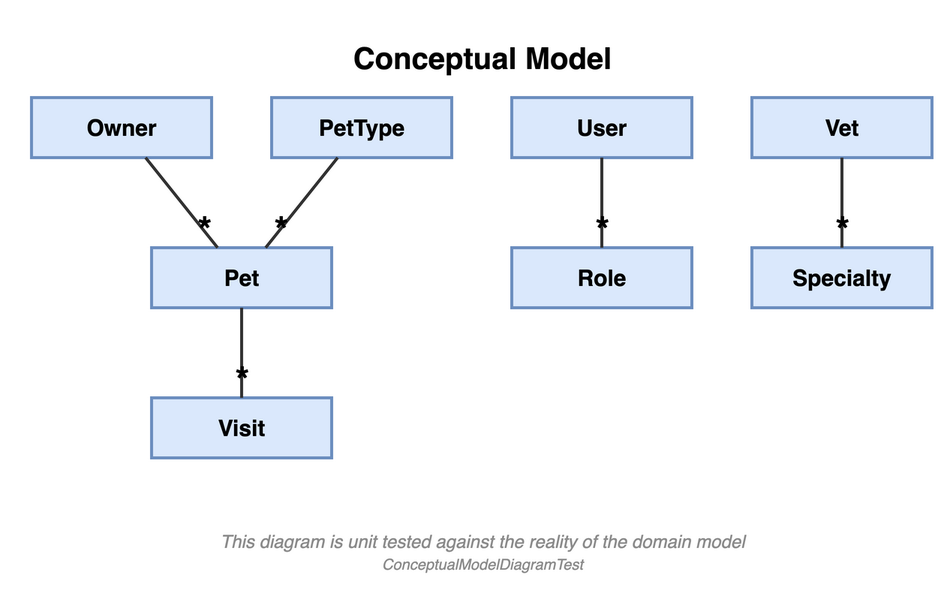
This is petclinic-backend/docs/ConceptualModel.drawio.png from victorrentea/petclinic, a draw.io export, as it was before one commit. Source tidied: cells renumbered, new cells last; positions are measured from the earlier drawing's top-left corner, leaving out a move shared by most shapes.
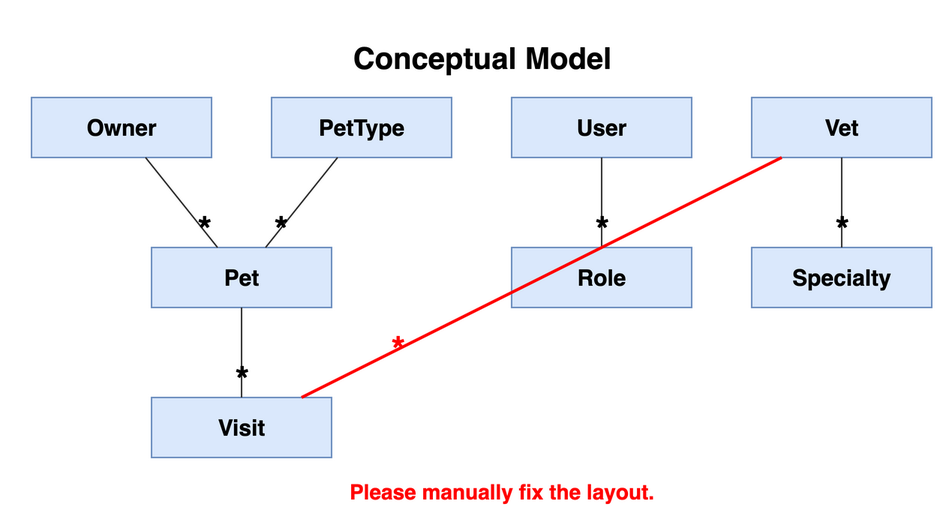
The same diagram one commit later.

What changed in the source:
```diff
@@ -5,62 +5,68 @@
     <mxCell id="2" value="Conceptual Model" style="text;html=1;fontSize=20;fontStyle=1;align=center;" parent="1" vertex="1">
       <mxGeometry x="110" width="380" height="30" as="geometry" />
     </mxCell>
-    <mxCell id="3" value="Owner" style="rounded=0;whiteSpace=wrap;html=1;fillColor=#dae8fc;strokeColor=#6c8ebf;fontSize=15;fontStyle=1;strokeWidth=2;" parent="1" vertex="1">
+    <mxCell id="3" value="Owner" style="rounded=0;whiteSpace=wrap;html=1;fillColor=#dae8fc;strokeColor=#6c8ebf;fontSize=15;fontStyle=1;" parent="1" vertex="1">
       <mxGeometry y="45" width="120" height="40" as="geometry" />
     </mxCell>
-    <mxCell id="4" value="PetType" style="rounded=0;whiteSpace=wrap;html=1;fillColor=#dae8fc;strokeColor=#6c8ebf;fontSize=15;fontStyle=1;strokeWidth=2;" parent="1" vertex="1">
+    <mxCell id="4" value="PetType" style="rounded=0;whiteSpace=wrap;html=1;fillColor=#dae8fc;strokeColor=#6c8ebf;fontSize=15;fontStyle=1;" parent="1" vertex="1">
       <mxGeometry x="160" y="45" width="120" height="40" as="geometry" />
     </mxCell>
-    <mxCell id="5" value="User" style="rounded=0;whiteSpace=wrap;html=1;fillColor=#dae8fc;strokeColor=#6c8ebf;fontSize=15;fontStyle=1;strokeWidth=2;" parent="1" vertex="1">
+    <mxCell id="5" value="User" style="rounded=0;whiteSpace=wrap;html=1;fillColor=#dae8fc;strokeColor=#6c8ebf;fontSize=15;fontStyle=1;" parent="1" vertex="1">
       <mxGeometry x="320" y="45" width="120" height="40" as="geometry" />
     </mxCell>
-    <mxCell id="6" value="Vet" style="rounded=0;whiteSpace=wrap;html=1;fillColor=#dae8fc;strokeColor=#6c8ebf;fontSize=15;fontStyle=1;strokeWidth=2;" parent="1" vertex="1">
+    <mxCell id="6" value="Vet" style="rounded=0;whiteSpace=wrap;html=1;fillColor=#dae8fc;strokeColor=#6c8ebf;fontSize=15;fontStyle=1;" parent="1" vertex="1">
       <mxGeometry x="480" y="45" width="120" height="40" as="geometry" />
     </mxCell>
-    <mxCell id="7" value="Pet" style="rounded=0;whiteSpace=wrap;html=1;fillColor=#dae8fc;strokeColor=#6c8ebf;fontSize=15;fontStyle=1;strokeWidth=2;" parent="1" vertex="1">
+    <mxCell id="7" value="Pet" style="rounded=0;whiteSpace=wrap;html=1;fillColor=#dae8fc;strokeColor=#6c8ebf;fontSize=15;fontStyle=1;" parent="1" vertex="1">
       <mxGeometry x="80" y="145" width="120" height="40" as="geometry" />
     </mxCell>
-    <mxCell id="8" value="Role" style="rounded=0;whiteSpace=wrap;html=1;fillColor=#dae8fc;strokeColor=#6c8ebf;fontSize=15;fontStyle=1;strokeWidth=2;" parent="1" vertex="1">
+    <mxCell id="8" value="Role" style="rounded=0;whiteSpace=wrap;html=1;fillColor=#dae8fc;strokeColor=#6c8ebf;fontSize=15;fontStyle=1;" parent="1" vertex="1">
       <mxGeometry x="320" y="145" width="120" height="40" as="geometry" />
     </mxCell>
-    <mxCell id="9" value="Specialty" style="rounded=0;whiteSpace=wrap;html=1;fillColor=#dae8fc;strokeColor=#6c8ebf;fontSize=15;fontStyle=1;strokeWidth=2;" parent="1" vertex="1">
+    <mxCell id="9" value="Specialty" style="rounded=0;whiteSpace=wrap;html=1;fillColor=#dae8fc;strokeColor=#6c8ebf;fontSize=15;fontStyle=1;" parent="1" vertex="1">
       <mxGeometry x="480" y="145" width="120" height="40" as="geometry" />
     </mxCell>
-    <mxCell id="10" value="Visit" style="rounded=0;whiteSpace=wrap;html=1;fillColor=#dae8fc;strokeColor=#6c8ebf;fontSize=15;fontStyle=1;strokeWidth=2;" parent="1" vertex="1">
+    <mxCell id="10" value="Visit" style="rounded=0;whiteSpace=wrap;html=1;fillColor=#dae8fc;strokeColor=#6c8ebf;fontSize=15;fontStyle=1;" parent="1" vertex="1">
       <mxGeometry x="80" y="245" width="120" height="40" as="geometry" />
     </mxCell>
-    <mxCell id="11" style="endArrow=none;html=1;strokeColor=#333333;fontSize=12;strokeWidth=2;" parent="1" edge="1" source="3" target="7">
+    <mxCell id="11" style="endArrow=none;html=1;strokeColor=#333333;fontSize=12;" parent="1" edge="1" source="3" target="7">
       <mxGeometry relative="1" as="geometry" />
     </mxCell>
     <mxCell id="12" value="*" style="edgeLabel;html=1;align=center;verticalAlign=middle;fontSize=24;fontStyle=1;labelBackgroundColor=none;" parent="11" vertex="1">
       <mxGeometry x="0.6" relative="1" as="geometry" />
     </mxCell>
-    <mxCell id="13" style="endArrow=none;html=1;strokeColor=#333333;fontSize=12;strokeWidth=2;" parent="1" edge="1" source="4" target="7">
+    <mxCell id="13" style="endArrow=none;html=1;strokeColor=#333333;fontSize=12;" parent="1" edge="1" source="4" target="7">
       <mxGeometry relative="1" as="geometry" />
     </mxCell>
     <mxCell id="14" value="*" style="edgeLabel;html=1;align=center;verticalAlign=middle;fontSize=24;fontStyle=1;labelBackgroundColor=none;" parent="13" vertex="1">
       <mxGeometry x="0.6" relative="1" as="geometry" />
     </mxCell>
-    <mxCell id="15" style="endArrow=none;html=1;strokeColor=#333333;fontSize=12;strokeWidth=2;" parent="1" edge="1" source="7" target="10">
+    <mxCell id="15" style="endArrow=none;html=1;strokeColor=#333333;fontSize=12;" parent="1" edge="1" source="7" target="10">
       <mxGeometry relative="1" as="geometry" />
     </mxCell>
     <mxCell id="16" value="*" style="edgeLabel;html=1;align=center;verticalAlign=middle;fontSize=24;fontStyle=1;labelBackgroundColor=none;" parent="15" vertex="1">
       <mxGeometry x="0.6" relative="1" as="geometry" />
     </mxCell>
-    <mxCell id="17" style="endArrow=none;html=1;strokeColor=#333333;fontSize=12;strokeWidth=2;" parent="1" edge="1" source="5" target="8">
+    <mxCell id="17" style="endArrow=none;html=1;strokeColor=#333333;fontSize=12;" parent="1" edge="1" source="5" target="8">
       <mxGeometry relative="1" as="geometry" />
     </mxCell>
     <mxCell id="18" value="*" style="edgeLabel;html=1;align=center;verticalAlign=middle;fontSize=24;fontStyle=1;labelBackgroundColor=none;" parent="17" vertex="1">
       <mxGeometry x="0.6" relative="1" as="geometry" />
     </mxCell>
-    <mxCell id="19" style="endArrow=none;html=1;strokeColor=#333333;fontSize=12;strokeWidth=2;" parent="1" edge="1" source="6" target="9">
+    <mxCell id="19" style="endArrow=none;html=1;strokeColor=#333333;fontSize=12;" parent="1" edge="1" source="6" target="9">
       <mxGeometry relative="1" as="geometry" />
     </mxCell>
     <mxCell id="20" value="*" style="edgeLabel;html=1;align=center;verticalAlign=middle;fontSize=24;fontStyle=1;labelBackgroundColor=none;" parent="19" vertex="1">
       <mxGeometry x="0.6" relative="1" as="geometry" />
     </mxCell>
-    <mxCell id="21" value="This diagram is unit tested against the reality of the domain model&lt;br&gt;&lt;font style=&quot;font-size: 10px&quot;&gt;ConceptualModelDiagramTest&lt;/font&gt;" style="text;html=1;fontSize=12;fontStyle=2;align=center;verticalAlign=middle;fontColor=#8C8C8C;" parent="1" vertex="1">
-      <mxGeometry y="330" width="600" height="36" as="geometry" />
-    </mxCell>
+    <mxCell id="22" style="endArrow=none;html=1;strokeColor=#FF0000;strokeWidth=2;fontSize=12;" parent="1" edge="1" source="6" target="10">
+      <mxGeometry relative="1" as="geometry" />
+    </mxCell>
+    <mxCell id="23" value="*" style="edgeLabel;html=1;align=center;verticalAlign=middle;fontSize=24;fontStyle=1;labelBackgroundColor=none;fontColor=#FF0000;" parent="22" vertex="1">
+      <mxGeometry x="0.6" relative="1" as="geometry" />
+    </mxCell>
+    <mxCell id="24" value="Please manually fix the layout." style="text;html=1;fontSize=14;fontStyle=1;align=left;verticalAlign=middle;fontColor=#FF0000;" parent="1" vertex="1">
+      <mxGeometry x="210" y="295" width="300" height="26" as="geometry" />
+    </mxCell>
   </root>
 </mxGraphModel>
```
